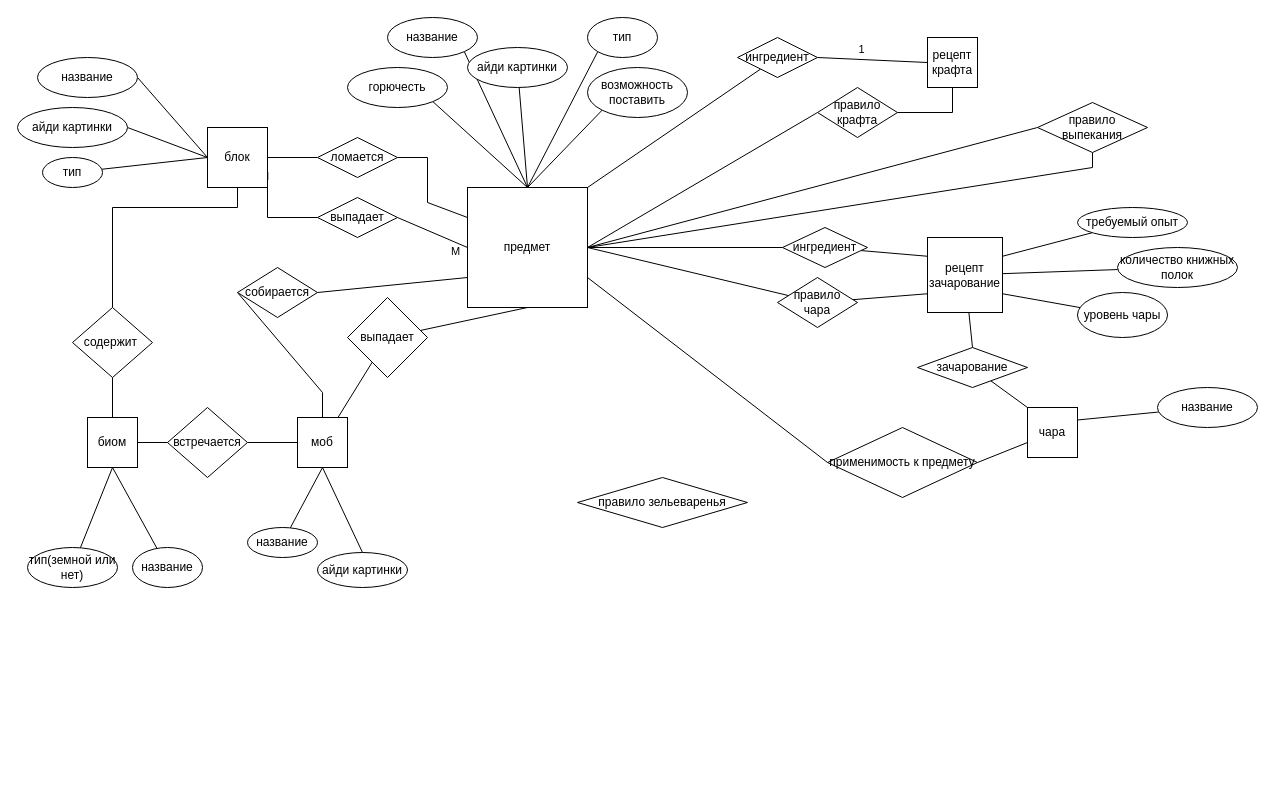
Before: second-stage/DB_coursework1.drawio in ShchA317/db-coursework, a draw.io diagram. Source tidied: cells renumbered, new cells numbered last; positions are measured from the earlier drawing's top-left corner, leaving out a move shared by most shapes. Both pictures are drawn from the tidied source at 100%, with x=0, y=0 at pixel (17, 17).
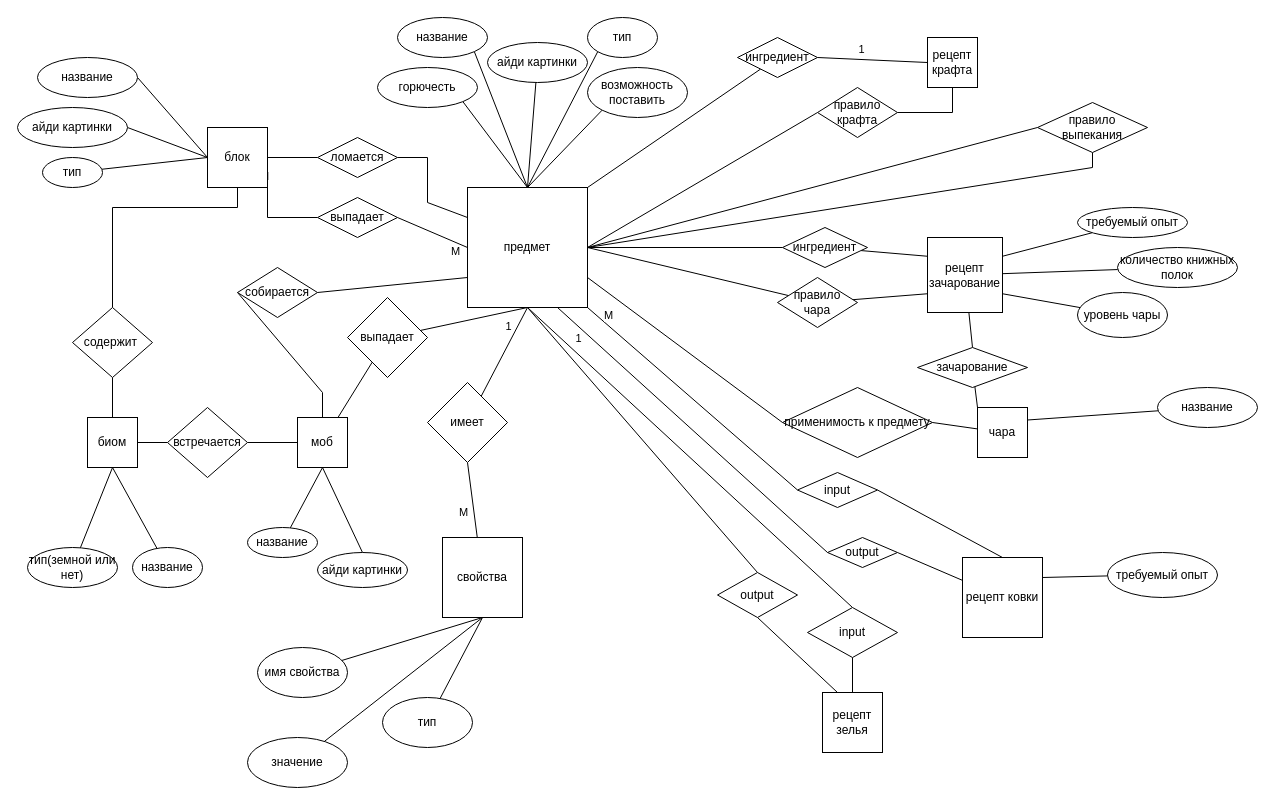
The same page after the edit.

Unchanged cells that the change refers to:
```xml
<mxCell id="7" value="предмет" style="whiteSpace=wrap;html=1;" parent="1" vertex="1">
  <mxGeometry x="450" y="170" width="120" height="120" as="geometry" />
</mxCell>
```

Change to the diagram source:
```diff
@@
+    <mxCell id="84" style="edgeStyle=none;rounded=0;jettySize=auto;html=1;exitX=1;exitY=1;exitDx=0;exitDy=0;entryX=0;entryY=0.5;entryDx=0;entryDy=0;startArrow=none;startFill=0;endArrow=none;endFill=0;" parent="1" edge="1" source="7" target="103">
+      <mxGeometry relative="1" as="geometry" />
+    </mxCell>
+    <mxCell id="85" value="М" style="edgeLabel;html=1;align=center;verticalAlign=middle;" parent="84" vertex="1">
+      <mxGeometry x="-0.8" y="-1" relative="1" as="geometry">
+        <mxPoint y="-12" as="offset" />
+      </mxGeometry>
+    </mxCell>
+    <mxCell id="86" style="edgeStyle=none;rounded=0;jettySize=auto;html=1;exitX=0.5;exitY=1;exitDx=0;exitDy=0;entryX=0.5;entryY=0;entryDx=0;entryDy=0;startArrow=none;startFill=0;endArrow=none;endFill=0;" parent="1" edge="1" source="7" target="60">
+      <mxGeometry relative="1" as="geometry" />
+    </mxCell>
@@
     <mxCell id="13" value="название" style="ellipse;whiteSpace=wrap;html=1;" parent="1" vertex="1">
-      <mxGeometry x="370" width="90" height="40" as="geometry" />
+      <mxGeometry x="380" width="90" height="40" as="geometry" />
     </mxCell>
@@
     <mxCell id="18" value="айди картинки" style="ellipse;whiteSpace=wrap;html=1;" parent="1" vertex="1">
-      <mxGeometry x="450" y="30" width="100" height="40" as="geometry" />
+      <mxGeometry x="470" y="25" width="100" height="40" as="geometry" />
     </mxCell>
@@
+    <mxCell id="87" style="edgeStyle=none;rounded=0;jettySize=auto;html=1;exitX=0.5;exitY=1;exitDx=0;exitDy=0;entryX=0.5;entryY=0;entryDx=0;entryDy=0;startArrow=none;startFill=0;endArrow=none;endFill=0;" parent="1" edge="1" source="60" target="110">
+      <mxGeometry relative="1" as="geometry" />
+    </mxCell>
-    <mxCell id="60" value="правило зельеваренья" style="rhombus;whiteSpace=wrap;html=1;" parent="1" vertex="1">
-      <mxGeometry x="560" y="460" width="170" height="50" as="geometry" />
+    <mxCell id="60" value="input" style="rhombus;whiteSpace=wrap;html=1;" parent="1" vertex="1">
+      <mxGeometry x="790" y="590" width="90" height="50" as="geometry" />
     </mxCell>
@@
     <mxCell id="62" value="горючесть" style="ellipse;whiteSpace=wrap;html=1;" parent="1" vertex="1">
-      <mxGeometry x="330" y="50" width="100" height="40" as="geometry" />
+      <mxGeometry x="360" y="50" width="100" height="40" as="geometry" />
     </mxCell>
@@
     <mxCell id="75" value="чара" style="whiteSpace=wrap;html=1;" parent="1" vertex="1">
-      <mxGeometry x="1010" y="390" width="50" height="50" as="geometry" />
+      <mxGeometry x="960" y="390" width="50" height="50" as="geometry" />
     </mxCell>
@@
     <mxCell id="81" value="применимость к предмету" style="rhombus;whiteSpace=wrap;html=1;" parent="1" vertex="1">
-      <mxGeometry x="810" y="410" width="150" height="70" as="geometry" />
+      <mxGeometry x="765" y="370" width="150" height="70" as="geometry" />
     </mxCell>
@@
+    <mxCell id="88" style="edgeStyle=none;rounded=0;jettySize=auto;html=1;entryX=0.5;entryY=1;entryDx=0;entryDy=0;startArrow=none;startFill=0;endArrow=none;endFill=0;" parent="1" edge="1" source="90" target="93">
+      <mxGeometry relative="1" as="geometry" />
+    </mxCell>
+    <mxCell id="89" value="M" style="edgeLabel;html=1;align=center;verticalAlign=middle;" parent="88" vertex="1">
+      <mxGeometry x="-0.17" y="-2" relative="1" as="geometry">
+        <mxPoint x="-12" y="5" as="offset" />
+      </mxGeometry>
+    </mxCell>
+    <mxCell id="90" value="свойства" style="whiteSpace=wrap;html=1;" parent="1" vertex="1">
+      <mxGeometry x="425" y="520" width="80" height="80" as="geometry" />
+    </mxCell>
+    <mxCell id="91" style="edgeStyle=none;rounded=0;jettySize=auto;html=1;startArrow=none;startFill=0;endArrow=none;endFill=0;" parent="1" edge="1" source="93">
+      <mxGeometry relative="1" as="geometry">
+        <mxPoint x="510" y="290" as="targetPoint" />
+      </mxGeometry>
+    </mxCell>
+    <mxCell id="92" value="1" style="edgeLabel;html=1;align=center;verticalAlign=middle;" parent="91" vertex="1">
+      <mxGeometry x="0.6" y="-2" relative="1" as="geometry">
+        <mxPoint x="-12" as="offset" />
+      </mxGeometry>
+    </mxCell>
+    <mxCell id="93" value="имеет" style="rhombus;whiteSpace=wrap;html=1;" parent="1" vertex="1">
+      <mxGeometry x="410" y="365" width="80" height="80" as="geometry" />
+    </mxCell>
+    <mxCell id="94" style="edgeStyle=none;rounded=0;jettySize=auto;html=1;entryX=0.5;entryY=1;entryDx=0;entryDy=0;startArrow=none;startFill=0;endArrow=none;endFill=0;" parent="1" edge="1" source="95" target="90">
+      <mxGeometry relative="1" as="geometry" />
+    </mxCell>
+    <mxCell id="95" value="имя свойства" style="ellipse;whiteSpace=wrap;html=1;" parent="1" vertex="1">
+      <mxGeometry x="240" y="630" width="90" height="50" as="geometry" />
+    </mxCell>
+    <mxCell id="96" style="edgeStyle=none;rounded=0;jettySize=auto;html=1;startArrow=none;startFill=0;endArrow=none;endFill=0;entryX=0.5;entryY=1;entryDx=0;entryDy=0;" parent="1" edge="1" source="97" target="90">
+      <mxGeometry relative="1" as="geometry" />
+    </mxCell>
+    <mxCell id="97" value="значение" style="ellipse;whiteSpace=wrap;html=1;" parent="1" vertex="1">
+      <mxGeometry x="230" y="720" width="100" height="50" as="geometry" />
+    </mxCell>
+    <mxCell id="98" style="edgeStyle=none;rounded=0;jettySize=auto;html=1;entryX=0.5;entryY=1;entryDx=0;entryDy=0;startArrow=none;startFill=0;endArrow=none;endFill=0;" parent="1" edge="1" source="99" target="90">
+      <mxGeometry relative="1" as="geometry" />
+    </mxCell>
+    <mxCell id="99" value="тип" style="ellipse;whiteSpace=wrap;html=1;" parent="1" vertex="1">
+      <mxGeometry x="365" y="680" width="90" height="50" as="geometry" />
+    </mxCell>
+    <mxCell id="100" style="edgeStyle=none;rounded=0;jettySize=auto;html=1;entryX=1;entryY=0.5;entryDx=0;entryDy=0;startArrow=none;startFill=0;endArrow=none;endFill=0;" parent="1" edge="1" source="101" target="106">
+      <mxGeometry relative="1" as="geometry" />
+    </mxCell>
+    <mxCell id="101" value="рецепт ковки" style="whiteSpace=wrap;html=1;" parent="1" vertex="1">
+      <mxGeometry x="945" y="540" width="80" height="80" as="geometry" />
+    </mxCell>
+    <mxCell id="102" style="edgeStyle=none;rounded=0;jettySize=auto;html=1;exitX=1;exitY=0.5;exitDx=0;exitDy=0;entryX=0.5;entryY=0;entryDx=0;entryDy=0;startArrow=none;startFill=0;endArrow=none;endFill=0;" parent="1" edge="1" source="103" target="101">
+      <mxGeometry relative="1" as="geometry" />
+    </mxCell>
+    <mxCell id="103" value="input" style="rhombus;whiteSpace=wrap;html=1;" parent="1" vertex="1">
+      <mxGeometry x="780" y="455" width="80" height="35" as="geometry" />
+    </mxCell>
+    <mxCell id="104" style="edgeStyle=none;rounded=0;jettySize=auto;html=1;exitX=0;exitY=0.5;exitDx=0;exitDy=0;entryX=0.75;entryY=1;entryDx=0;entryDy=0;startArrow=none;startFill=0;endArrow=none;endFill=0;" parent="1" edge="1" source="106" target="7">
+      <mxGeometry relative="1" as="geometry" />
+    </mxCell>
+    <mxCell id="105" value="1" style="edgeLabel;html=1;align=center;verticalAlign=middle;" parent="104" vertex="1">
+      <mxGeometry x="0.84" y="1" relative="1" as="geometry">
+        <mxPoint x="-1" y="10" as="offset" />
+      </mxGeometry>
+    </mxCell>
+    <mxCell id="106" value="output" style="rhombus;whiteSpace=wrap;html=1;" parent="1" vertex="1">
+      <mxGeometry x="810" y="520" width="70" height="30" as="geometry" />
+    </mxCell>
+    <mxCell id="107" style="edgeStyle=none;rounded=0;jettySize=auto;html=1;entryX=1;entryY=0.25;entryDx=0;entryDy=0;startArrow=none;startFill=0;endArrow=none;endFill=0;" parent="1" edge="1" source="108" target="101">
+      <mxGeometry relative="1" as="geometry" />
+    </mxCell>
+    <mxCell id="108" value="требуемый опыт" style="ellipse;whiteSpace=wrap;html=1;" parent="1" vertex="1">
+      <mxGeometry x="1090" y="535" width="110" height="45" as="geometry" />
+    </mxCell>
+    <mxCell id="109" style="edgeStyle=none;rounded=0;jettySize=auto;html=1;exitX=0.25;exitY=0;exitDx=0;exitDy=0;entryX=0.5;entryY=1;entryDx=0;entryDy=0;startArrow=none;startFill=0;endArrow=none;endFill=0;" parent="1" edge="1" source="110" target="112">
+      <mxGeometry relative="1" as="geometry" />
+    </mxCell>
+    <mxCell id="110" value="рецепт зелья" style="whiteSpace=wrap;html=1;" parent="1" vertex="1">
+      <mxGeometry x="805" y="675" width="60" height="60" as="geometry" />
+    </mxCell>
+    <mxCell id="111" style="edgeStyle=none;rounded=0;jettySize=auto;html=1;exitX=0.5;exitY=0;exitDx=0;exitDy=0;entryX=0.5;entryY=1;entryDx=0;entryDy=0;startArrow=none;startFill=0;endArrow=none;endFill=0;" parent="1" edge="1" source="112" target="7">
+      <mxGeometry relative="1" as="geometry" />
+    </mxCell>
+    <mxCell id="112" value="output" style="rhombus;whiteSpace=wrap;html=1;" parent="1" vertex="1">
+      <mxGeometry x="700" y="555" width="80" height="45" as="geometry" />
+    </mxCell>
```
